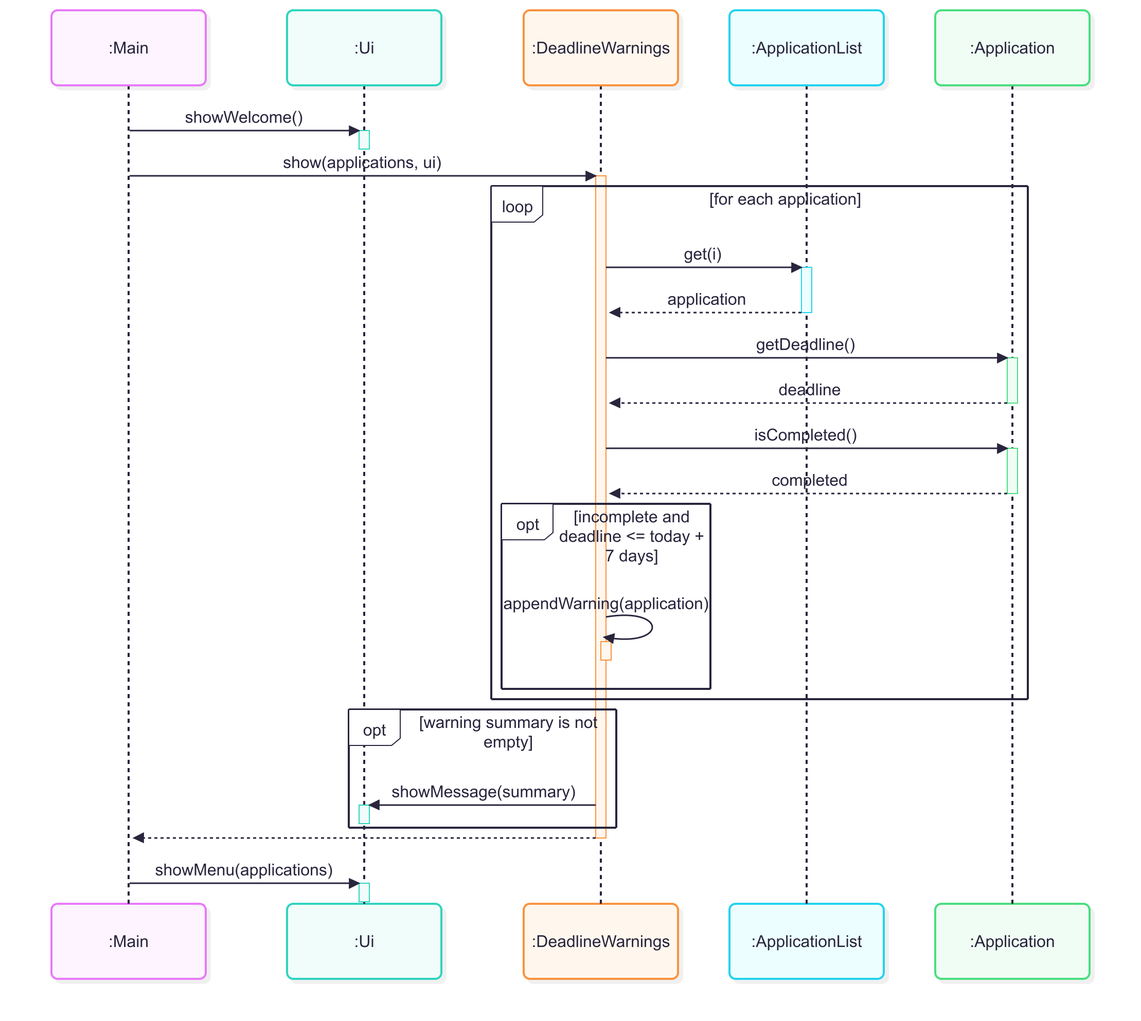
Before: docs/diagrams/deadline-warnings-sequence.png, a diagram exported from Mermaid (AY2627S1-CS2113-T10-2/tp). Its source is kept beside it as docs/diagrams/sources/deadline-warnings-sequence.mmd.
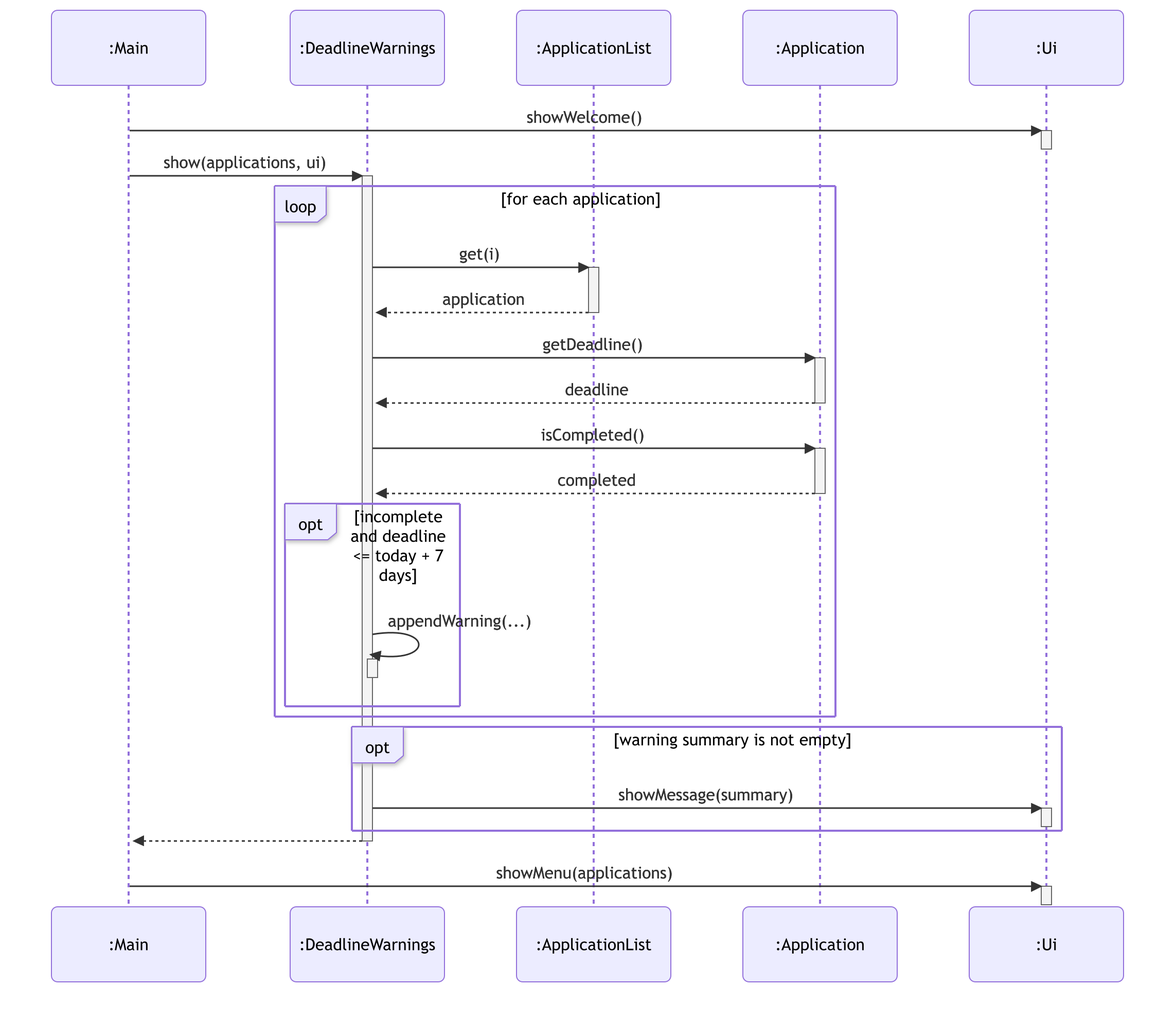
After the change.

What changed in the source:
```diff
@@ -1,9 +1,10 @@
+%%{init: {'theme': 'default', 'sequence': {'actorMargin': 70, 'messageMargin': 45}}}%%
 sequenceDiagram
     participant main as :Main
-    participant ui as :Ui
     participant warnings as :DeadlineWarnings
     participant list as :ApplicationList
     participant app as :Application
+    participant ui as :Ui
 
     main->>ui: showWelcome()
     activate ui
@@ -27,7 +28,7 @@
         deactivate app
 
         opt incomplete and deadline <= today + 7 days
-            warnings->>warnings: appendWarning(application)
+            warnings->>warnings: appendWarning(...)
             activate warnings
             deactivate warnings
         end
```
